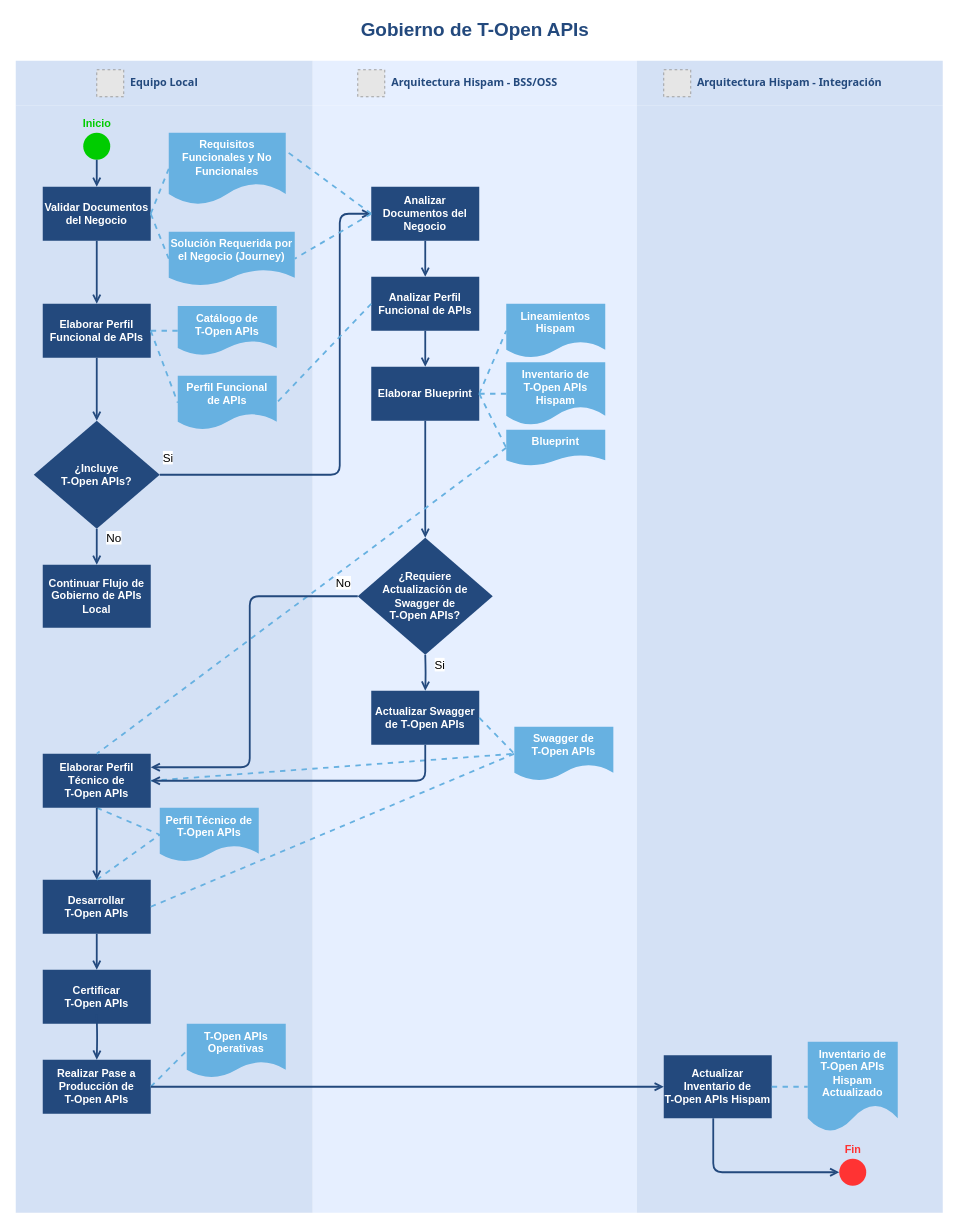
Earlier version of the draw.io diagram Gobierno de T-Open APIs v1.0.drawio (mnunezw/Gobierno-de-APIs). Source tidied: cells renumbered, new cells numbered last; positions are measured from the earlier drawing's top-left corner, leaving out a move shared by most shapes. Both pictures are drawn from the tidied source at 90%, with x=0, y=0 at pixel (15, 15). Pictures stored in the file or linked from it are replaced by grey dashed boxes.
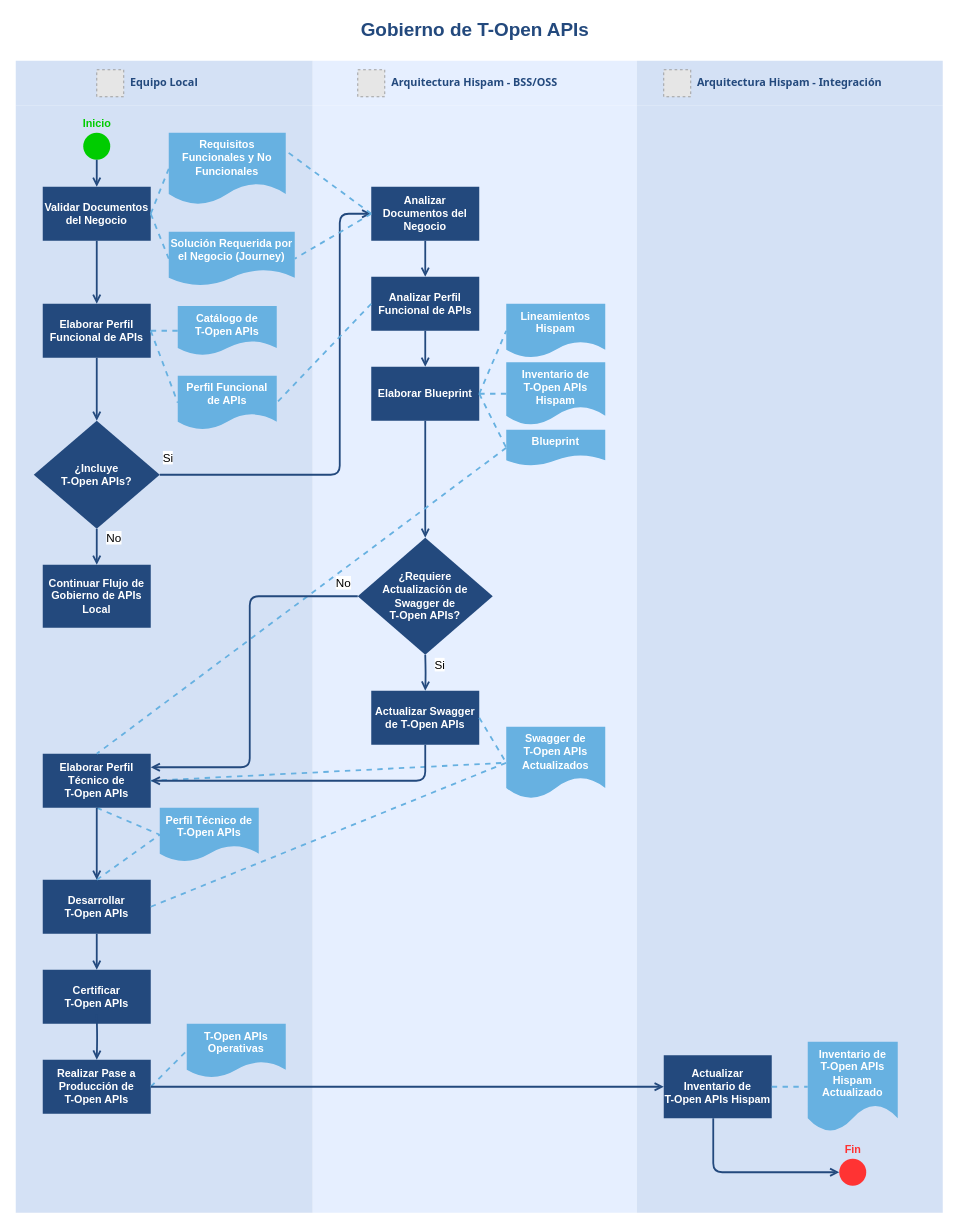
After the change.

The change refers to these unchanged cells:
```xml
<mxCell id="35" value="&lt;font color=&quot;#23497d&quot;&gt;Arquitectura Hispam -&amp;nbsp;BSS/OSS&lt;/font&gt;" style="swimlane;whiteSpace=wrap;fillColor=#E6EFFF;swimlaneFillColor=#E6EFFF;fontColor=#660000;fontFamily=Tahoma;html=1;strokeColor=none;startSize=50;" parent="1" vertex="1">
  <mxGeometry x="330" y="50" width="360" height="1280" as="geometry" />
</mxCell>
```

What changed in the source:
```diff
@@
-    <mxCell id="51" value="Swagger de&lt;br&gt;T-Open APIs" style="shape=document;whiteSpace=wrap;verticalAlign=top;strokeColor=none;fillColor=#67B1E1;shadow=0;fontColor=#FFFFFF;fontFamily=Helvetica;fontStyle=1;html=1;fontSize=12;" parent="35" vertex="1">
-      <mxGeometry x="224" y="740" width="110" height="60" as="geometry" />
+    <mxCell id="51" value="Swagger de&lt;br&gt;T-Open APIs Actualizados" style="shape=document;whiteSpace=wrap;verticalAlign=top;strokeColor=none;fillColor=#67B1E1;shadow=0;fontColor=#FFFFFF;fontFamily=Helvetica;fontStyle=1;html=1;fontSize=12;" parent="35" vertex="1">
+      <mxGeometry x="215" y="740" width="110" height="80" as="geometry" />
     </mxCell>
```
